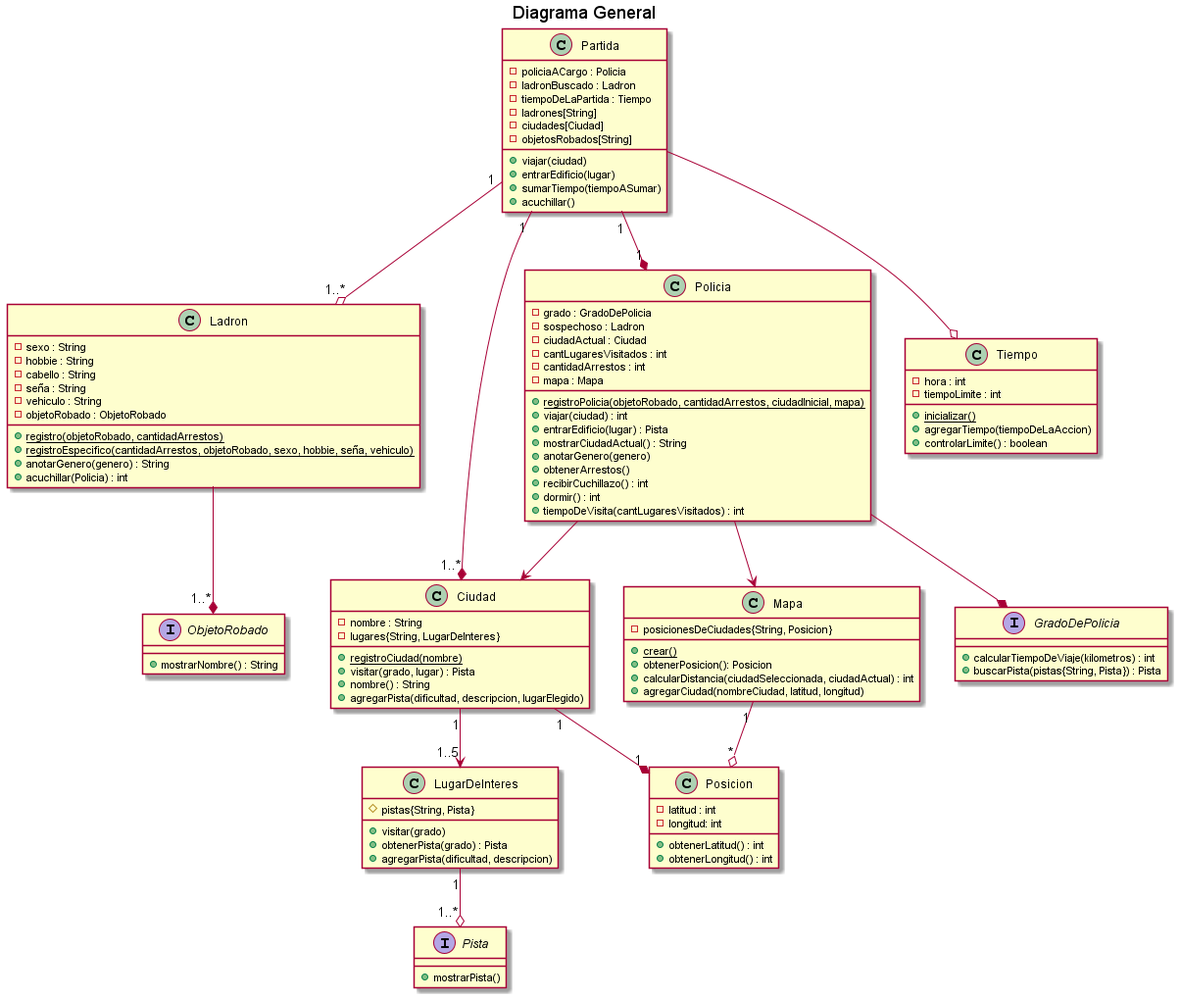
This is diagrams/classes/entrega1/DC_general.png from kmu01/Algo3_tp2, a PlantUML export, as it was before one commit.
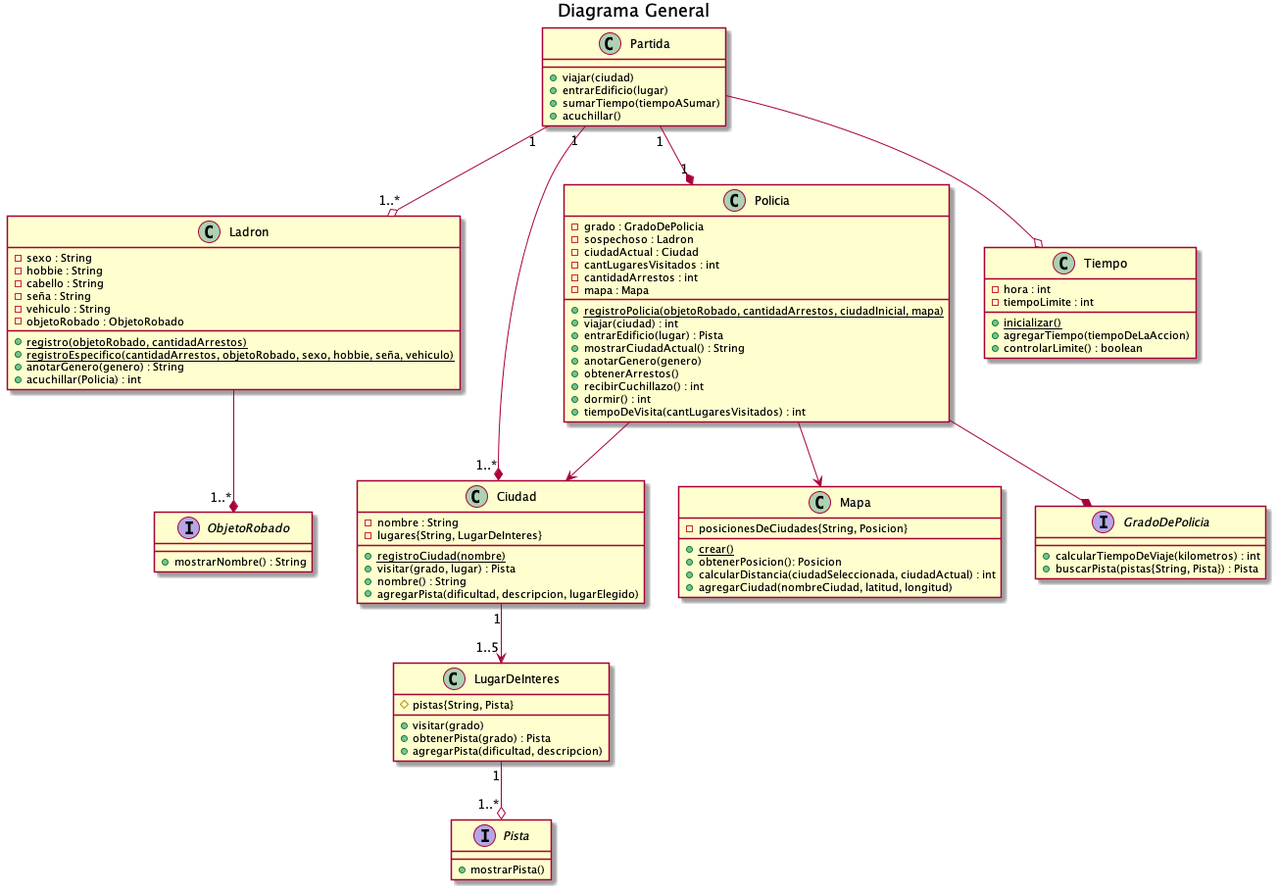
The same file after the commit.

Commit message:
Arreglamos test y cambio en diagrama de clases

Diff of the diagram source:
```diff
@@ -12,12 +12,7 @@
 
 }
 class Partida{
-    - policiaACargo : Policia
-    - ladronBuscado : Ladron
-    - tiempoDeLaPartida : Tiempo
-    - ladrones[String]
-    - ciudades[Ciudad]
-    - objetosRobados[String]
+
     + viajar(ciudad)
     + entrarEdificio(lugar)
     + sumarTiempo(tiempoASumar)
@@ -64,13 +59,6 @@
     + agregarCiudad(nombreCiudad, latitud, longitud)
 }
 
-class Posicion{
-    - latitud : int
-    - longitud: int
-    + obtenerLatitud() : int
-    + obtenerLongitud() : int
-}
-
 interface GradoDePolicia{
     + calcularTiempoDeViaje(kilometros) : int
     + buscarPista(pistas{String, Pista}) : Pista
@@ -110,7 +98,6 @@
 Ciudad "1" --> "1..5"LugarDeInteres
 LugarDeInteres "1" --o "1..*" Pista
 Ladron --* "1..*" ObjetoRobado
-Ciudad"1" --* "1"Posicion
-Mapa"1" --o "*"Posicion
+
 
 @enduml
```
